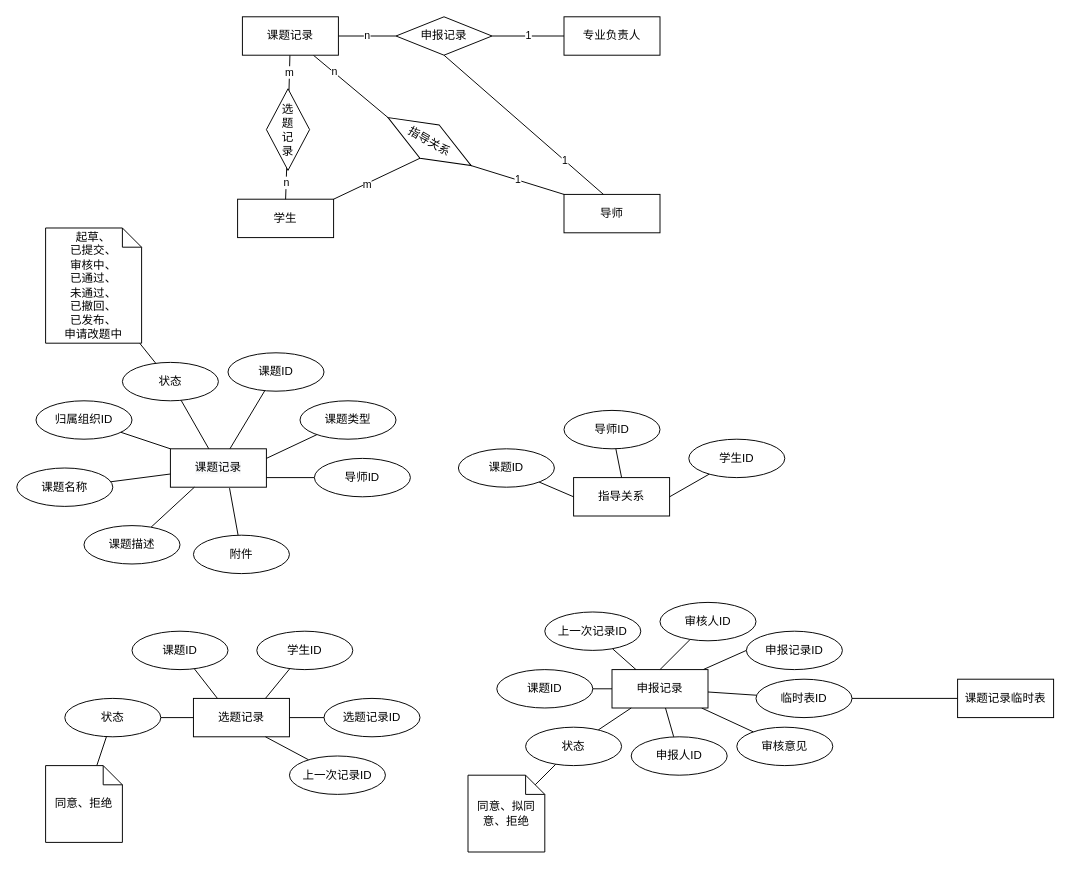
This is page "课题服务" (3 of 5) of 毕设管理系统/ER模型图.drawio from FdfGithub/drawio, a draw.io file, before an edit. Source tidied: cells renumbered, new cells numbered last; positions are measured from the earlier drawing's top-left corner, leaving out a move shared by most shapes. Both pictures are drawn from the tidied source at 96%, with x=0, y=0 at pixel (16, 16).
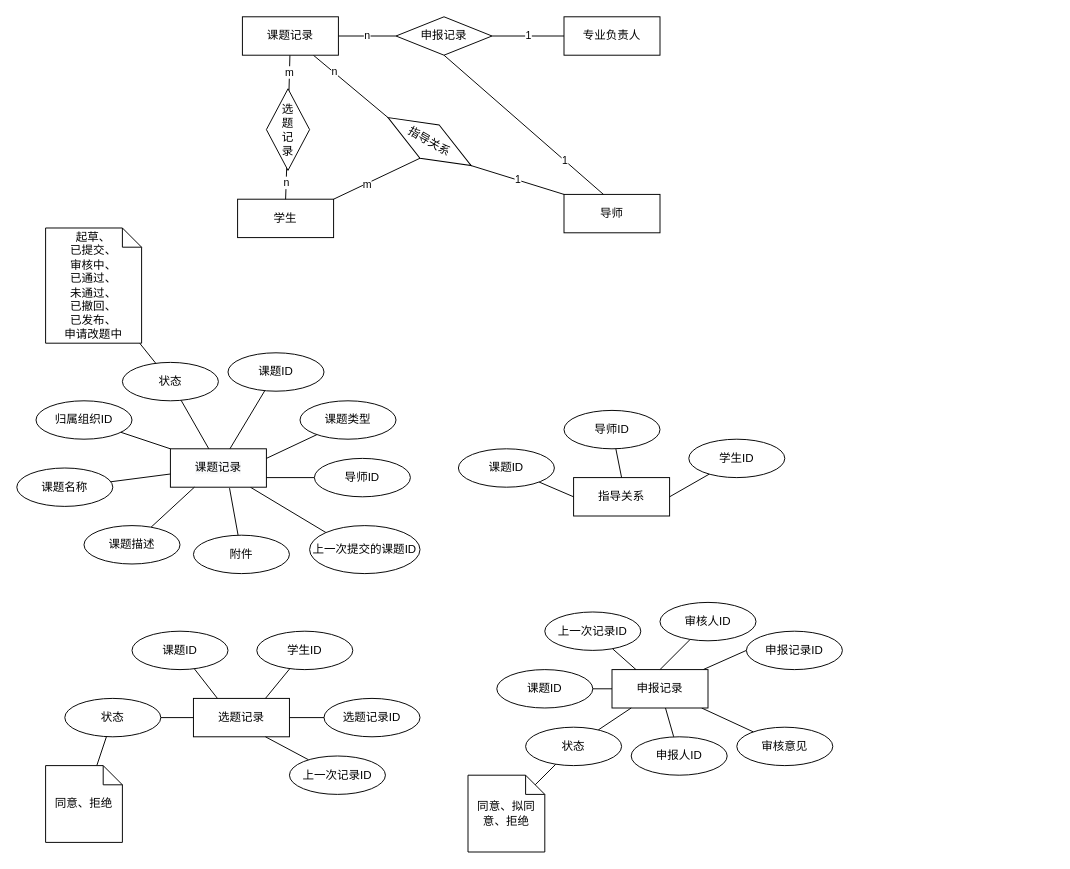
The same diagram, later.

The change refers to these unchanged cells:
```xml
<mxCell id="6" value="&#10;&#10;&lt;span style=&quot;color: rgb(0, 0, 0); font-family: helvetica; font-size: 12px; font-style: normal; font-weight: 400; letter-spacing: normal; text-align: center; text-indent: 0px; text-transform: none; word-spacing: 0px; background-color: rgb(248, 249, 250); display: inline; float: none;&quot;&gt;课题记录&lt;/span&gt;&#10;&#10;" style="whiteSpace=wrap;html=1;align=center;" parent="1" vertex="1">
  <mxGeometry x="160" y="450" width="100" height="40" as="geometry" />
</mxCell>
<mxCell id="26" value="申报记录" style="whiteSpace=wrap;html=1;align=center;" parent="1" vertex="1">
  <mxGeometry x="620" y="680" width="100" height="40" as="geometry" />
</mxCell>
```

What changed in the source:
```diff
@@
+    <mxCell id="80" style="edgeStyle=none;rounded=0;jettySize=auto;html=1;entryX=0;entryY=0;entryDx=0;entryDy=0;endArrow=none;endFill=0;" parent="1" edge="1" source="6" target="81">
+      <mxGeometry relative="1" as="geometry" />
+    </mxCell>
@@
-    <mxCell id="25" style="edgeStyle=none;rounded=0;jettySize=auto;html=1;endArrow=none;endFill=0;" parent="1" edge="1" source="26" target="79">
-      <mxGeometry relative="1" as="geometry" />
-    </mxCell>
@@
-    <mxCell id="77" value="课题记录临时表" style="whiteSpace=wrap;html=1;align=center;" parent="1" vertex="1">
-      <mxGeometry x="980" y="690" width="100" height="40" as="geometry" />
-    </mxCell>
-    <mxCell id="78" style="edgeStyle=none;rounded=0;jettySize=auto;html=1;endArrow=none;endFill=0;" parent="1" edge="1" source="79" target="77">
-      <mxGeometry relative="1" as="geometry" />
-    </mxCell>
-    <mxCell id="79" value="临时表ID" style="ellipse;whiteSpace=wrap;html=1;align=center;" parent="1" vertex="1">
-      <mxGeometry x="770" y="690" width="100" height="40" as="geometry" />
-    </mxCell>
+    <mxCell id="81" value="上一次提交的课题ID" style="ellipse;whiteSpace=wrap;html=1;align=center;" parent="1" vertex="1">
+      <mxGeometry x="305" y="530" width="115" height="50" as="geometry" />
+    </mxCell>
```
